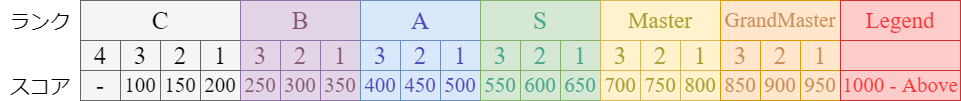
This is Assets/Images/foxtyping_rank.png from WhiteFox-Lugh/FoxTyping, a draw.io export, as it was before one commit. Source tidied: cells renumbered, new cells last; positions are measured from the earlier drawing's top-left corner, leaving out a move shared by most shapes.
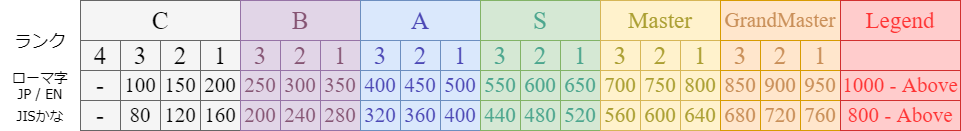
Above is the later version.

Diff of the diagram source:
```diff
@@ -161,10 +161,10 @@
     <mxCell id="54" style="rounded=0;whiteSpace=wrap;html=1;strokeColor=#D13030;fillColor=#FFCCCC;" parent="1" vertex="1">
       <mxGeometry x="840" y="40" width="120" height="30" as="geometry" />
     </mxCell>
-    <mxCell id="55" value="&lt;font style=&quot;font-size: 20px&quot; face=&quot;Tahoma&quot;&gt;ランク&lt;/font&gt;" style="text;html=1;strokeColor=none;fillColor=none;align=center;verticalAlign=middle;whiteSpace=wrap;rounded=0;" parent="1" vertex="1">
-      <mxGeometry y="10" width="80" height="20" as="geometry" />
+    <mxCell id="55" value="&lt;font style=&quot;font-size: 17px&quot; face=&quot;Tahoma&quot;&gt;ランク&lt;/font&gt;" style="text;html=1;strokeColor=none;fillColor=none;align=center;verticalAlign=middle;whiteSpace=wrap;rounded=0;" parent="1" vertex="1">
+      <mxGeometry x="5" y="30" width="70" height="20" as="geometry" />
     </mxCell>
-    <mxCell id="56" value="&lt;font style=&quot;font-size: 20px&quot; face=&quot;Tahoma&quot;&gt;スコア&lt;/font&gt;" style="text;html=1;strokeColor=none;fillColor=none;align=center;verticalAlign=middle;whiteSpace=wrap;rounded=0;" parent="1" vertex="1">
+    <mxCell id="56" value="&lt;font style=&quot;font-size: 14px&quot; face=&quot;Tahoma&quot;&gt;ローマ字&lt;br&gt;JP / EN&lt;br&gt;&lt;/font&gt;" style="text;html=1;strokeColor=none;fillColor=none;align=center;verticalAlign=middle;whiteSpace=wrap;rounded=0;" parent="1" vertex="1">
       <mxGeometry y="75" width="80" height="20" as="geometry" />
     </mxCell>
     <mxCell id="57" style="rounded=0;whiteSpace=wrap;html=1;fillColor=#f5f5f5;strokeColor=#666666;fontColor=#333333;" parent="1" vertex="1">
@@ -287,5 +287,128 @@
     <mxCell id="96" value="&lt;font color=&quot;#ff3333&quot; face=&quot;Times New Roman&quot; style=&quot;font-size: 21px&quot;&gt;1000 - Above&lt;/font&gt;" style="text;html=1;strokeColor=none;fillColor=none;align=center;verticalAlign=middle;whiteSpace=wrap;rounded=0;" parent="1" vertex="1">
       <mxGeometry x="840" y="75" width="120" height="20" as="geometry" />
     </mxCell>
+    <mxCell id="97" value="&lt;font style=&quot;font-size: 14px&quot; face=&quot;Tahoma&quot;&gt;JISかな&lt;br&gt;&lt;/font&gt;" style="text;html=1;strokeColor=none;fillColor=none;align=center;verticalAlign=middle;whiteSpace=wrap;rounded=0;" parent="1" vertex="1">
+      <mxGeometry y="105" width="80" height="20" as="geometry" />
+    </mxCell>
+    <mxCell id="98" style="rounded=0;whiteSpace=wrap;html=1;fillColor=#f5f5f5;strokeColor=#666666;fontColor=#333333;" parent="1" vertex="1">
+      <mxGeometry x="80" y="100" width="40" height="30" as="geometry" />
+    </mxCell>
+    <mxCell id="99" style="rounded=0;whiteSpace=wrap;html=1;fillColor=#f5f5f5;strokeColor=#666666;fontColor=#333333;" parent="1" vertex="1">
+      <mxGeometry x="120" y="100" width="40" height="30" as="geometry" />
+    </mxCell>
+    <mxCell id="100" style="rounded=0;whiteSpace=wrap;html=1;fillColor=#f5f5f5;strokeColor=#666666;fontColor=#333333;" parent="1" vertex="1">
+      <mxGeometry x="160" y="100" width="40" height="30" as="geometry" />
+    </mxCell>
+    <mxCell id="101" style="rounded=0;whiteSpace=wrap;html=1;fillColor=#f5f5f5;strokeColor=#666666;fontColor=#333333;" parent="1" vertex="1">
+      <mxGeometry x="200" y="100" width="40" height="30" as="geometry" />
+    </mxCell>
+    <mxCell id="102" value="&lt;font face=&quot;Times New Roman&quot; style=&quot;font-size: 25px&quot;&gt;-&lt;/font&gt;" style="text;html=1;strokeColor=none;fillColor=none;align=center;verticalAlign=middle;whiteSpace=wrap;rounded=0;" parent="1" vertex="1">
+      <mxGeometry x="80" y="105" width="40" height="20" as="geometry" />
+    </mxCell>
+    <mxCell id="103" value="&lt;font face=&quot;Times New Roman&quot; style=&quot;font-size: 21px&quot;&gt;80&lt;/font&gt;" style="text;html=1;strokeColor=none;fillColor=none;align=center;verticalAlign=middle;whiteSpace=wrap;rounded=0;" parent="1" vertex="1">
+      <mxGeometry x="120" y="105" width="40" height="20" as="geometry" />
+    </mxCell>
+    <mxCell id="104" value="&lt;font face=&quot;Times New Roman&quot; style=&quot;font-size: 21px&quot;&gt;120&lt;/font&gt;" style="text;html=1;strokeColor=none;fillColor=none;align=center;verticalAlign=middle;whiteSpace=wrap;rounded=0;" parent="1" vertex="1">
+      <mxGeometry x="160" y="105" width="40" height="20" as="geometry" />
+    </mxCell>
+    <mxCell id="105" value="&lt;font face=&quot;Times New Roman&quot; style=&quot;font-size: 21px&quot;&gt;160&lt;/font&gt;" style="text;html=1;strokeColor=none;fillColor=none;align=center;verticalAlign=middle;whiteSpace=wrap;rounded=0;" parent="1" vertex="1">
+      <mxGeometry x="200" y="105" width="40" height="20" as="geometry" />
+    </mxCell>
+    <mxCell id="106" style="rounded=0;whiteSpace=wrap;html=1;fillColor=#e1d5e7;strokeColor=#9673a6;" parent="1" vertex="1">
+      <mxGeometry x="240" y="100" width="40" height="30" as="geometry" />
+    </mxCell>
+    <mxCell id="107" value="&lt;font face=&quot;Times New Roman&quot; style=&quot;font-size: 21px&quot; color=&quot;#855473&quot;&gt;200&lt;/font&gt;" style="text;html=1;strokeColor=none;fillColor=none;align=center;verticalAlign=middle;whiteSpace=wrap;rounded=0;" parent="1" vertex="1">
+      <mxGeometry x="240" y="105" width="40" height="20" as="geometry" />
+    </mxCell>
+    <mxCell id="108" style="rounded=0;whiteSpace=wrap;html=1;fillColor=#e1d5e7;strokeColor=#9673a6;" parent="1" vertex="1">
+      <mxGeometry x="280" y="100" width="40" height="30" as="geometry" />
+    </mxCell>
+    <mxCell id="109" value="&lt;font face=&quot;Times New Roman&quot; style=&quot;font-size: 21px&quot; color=&quot;#855473&quot;&gt;240&lt;/font&gt;" style="text;html=1;strokeColor=none;fillColor=none;align=center;verticalAlign=middle;whiteSpace=wrap;rounded=0;" parent="1" vertex="1">
+      <mxGeometry x="280" y="105" width="40" height="20" as="geometry" />
+    </mxCell>
+    <mxCell id="110" style="rounded=0;whiteSpace=wrap;html=1;fillColor=#e1d5e7;strokeColor=#9673a6;" parent="1" vertex="1">
+      <mxGeometry x="320" y="100" width="40" height="30" as="geometry" />
+    </mxCell>
+    <mxCell id="111" value="&lt;font face=&quot;Times New Roman&quot; style=&quot;font-size: 21px&quot; color=&quot;#855473&quot;&gt;280&lt;/font&gt;" style="text;html=1;strokeColor=none;fillColor=none;align=center;verticalAlign=middle;whiteSpace=wrap;rounded=0;" parent="1" vertex="1">
+      <mxGeometry x="320" y="105" width="40" height="20" as="geometry" />
+    </mxCell>
+    <mxCell id="112" style="rounded=0;whiteSpace=wrap;html=1;fillColor=#dae8fc;strokeColor=#6c8ebf;" parent="1" vertex="1">
+      <mxGeometry x="360" y="100" width="40" height="30" as="geometry" />
+    </mxCell>
+    <mxCell id="113" value="&lt;font face=&quot;Times New Roman&quot; style=&quot;font-size: 21px&quot; color=&quot;#4c48b5&quot;&gt;320&lt;/font&gt;" style="text;html=1;strokeColor=none;fillColor=none;align=center;verticalAlign=middle;whiteSpace=wrap;rounded=0;" parent="1" vertex="1">
+      <mxGeometry x="360" y="105" width="40" height="20" as="geometry" />
+    </mxCell>
+    <mxCell id="114" style="rounded=0;whiteSpace=wrap;html=1;fillColor=#dae8fc;strokeColor=#6c8ebf;" parent="1" vertex="1">
+      <mxGeometry x="400" y="100" width="40" height="30" as="geometry" />
+    </mxCell>
+    <mxCell id="115" value="&lt;font color=&quot;#4c48b5&quot; face=&quot;Times New Roman&quot; style=&quot;font-size: 21px&quot;&gt;360&lt;/font&gt;" style="text;html=1;strokeColor=none;fillColor=none;align=center;verticalAlign=middle;whiteSpace=wrap;rounded=0;" parent="1" vertex="1">
+      <mxGeometry x="400" y="105" width="40" height="20" as="geometry" />
+    </mxCell>
+    <mxCell id="116" style="rounded=0;whiteSpace=wrap;html=1;fillColor=#dae8fc;strokeColor=#6c8ebf;" parent="1" vertex="1">
+      <mxGeometry x="440" y="100" width="40" height="30" as="geometry" />
+    </mxCell>
+    <mxCell id="117" value="&lt;font face=&quot;Times New Roman&quot; style=&quot;font-size: 21px&quot; color=&quot;#4c48b5&quot;&gt;400&lt;/font&gt;" style="text;html=1;strokeColor=none;fillColor=none;align=center;verticalAlign=middle;whiteSpace=wrap;rounded=0;" parent="1" vertex="1">
+      <mxGeometry x="440" y="105" width="40" height="20" as="geometry" />
+    </mxCell>
+    <mxCell id="118" style="rounded=0;whiteSpace=wrap;html=1;fillColor=#d5e8d4;strokeColor=#82b366;" parent="1" vertex="1">
+      <mxGeometry x="480" y="100" width="40" height="30" as="geometry" />
+    </mxCell>
+    <mxCell id="119" style="rounded=0;whiteSpace=wrap;html=1;fillColor=#d5e8d4;strokeColor=#82b366;" parent="1" vertex="1">
+      <mxGeometry x="520" y="100" width="40" height="30" as="geometry" />
+    </mxCell>
+    <mxCell id="120" style="rounded=0;whiteSpace=wrap;html=1;fillColor=#d5e8d4;strokeColor=#82b366;" parent="1" vertex="1">
+      <mxGeometry x="560" y="100" width="40" height="30" as="geometry" />
+    </mxCell>
+    <mxCell id="121" style="rounded=0;whiteSpace=wrap;html=1;fillColor=#fff2cc;strokeColor=#d6b656;" parent="1" vertex="1">
+      <mxGeometry x="600" y="100" width="40" height="30" as="geometry" />
+    </mxCell>
+    <mxCell id="122" style="rounded=0;whiteSpace=wrap;html=1;fillColor=#fff2cc;strokeColor=#d6b656;" parent="1" vertex="1">
+      <mxGeometry x="640" y="100" width="40" height="30" as="geometry" />
+    </mxCell>
+    <mxCell id="123" style="rounded=0;whiteSpace=wrap;html=1;fillColor=#fff2cc;strokeColor=#d6b656;" parent="1" vertex="1">
+      <mxGeometry x="680" y="100" width="40" height="30" as="geometry" />
+    </mxCell>
+    <mxCell id="124" style="rounded=0;whiteSpace=wrap;html=1;fillColor=#ffe6cc;strokeColor=#d79b00;" parent="1" vertex="1">
+      <mxGeometry x="720" y="100" width="40" height="30" as="geometry" />
+    </mxCell>
+    <mxCell id="125" style="rounded=0;whiteSpace=wrap;html=1;fillColor=#ffe6cc;strokeColor=#d79b00;" parent="1" vertex="1">
+      <mxGeometry x="760" y="100" width="40" height="30" as="geometry" />
+    </mxCell>
+    <mxCell id="126" style="rounded=0;whiteSpace=wrap;html=1;fillColor=#ffe6cc;strokeColor=#d79b00;" parent="1" vertex="1">
+      <mxGeometry x="800" y="100" width="40" height="30" as="geometry" />
+    </mxCell>
+    <mxCell id="127" value="&lt;font face=&quot;Times New Roman&quot; style=&quot;font-size: 21px&quot; color=&quot;#4ca68e&quot;&gt;440&lt;/font&gt;" style="text;html=1;strokeColor=none;fillColor=none;align=center;verticalAlign=middle;whiteSpace=wrap;rounded=0;" parent="1" vertex="1">
+      <mxGeometry x="480" y="105" width="40" height="20" as="geometry" />
+    </mxCell>
+    <mxCell id="128" value="&lt;font face=&quot;Times New Roman&quot; style=&quot;font-size: 21px&quot; color=&quot;#4ca68e&quot;&gt;480&lt;/font&gt;" style="text;html=1;strokeColor=none;fillColor=none;align=center;verticalAlign=middle;whiteSpace=wrap;rounded=0;" parent="1" vertex="1">
+      <mxGeometry x="520" y="105" width="40" height="20" as="geometry" />
+    </mxCell>
+    <mxCell id="129" value="&lt;font color=&quot;#4ca68e&quot; face=&quot;Times New Roman&quot;&gt;&lt;span style=&quot;font-size: 21px&quot;&gt;520&lt;/span&gt;&lt;/font&gt;" style="text;html=1;strokeColor=none;fillColor=none;align=center;verticalAlign=middle;whiteSpace=wrap;rounded=0;" parent="1" vertex="1">
+      <mxGeometry x="560" y="105" width="40" height="20" as="geometry" />
+    </mxCell>
+    <mxCell id="130" value="&lt;font face=&quot;Times New Roman&quot; style=&quot;font-size: 21px&quot; color=&quot;#ab9f32&quot;&gt;560&lt;/font&gt;" style="text;html=1;strokeColor=none;fillColor=none;align=center;verticalAlign=middle;whiteSpace=wrap;rounded=0;" parent="1" vertex="1">
+      <mxGeometry x="600" y="105" width="40" height="20" as="geometry" />
+    </mxCell>
+    <mxCell id="131" value="&lt;font face=&quot;Times New Roman&quot; style=&quot;font-size: 21px&quot; color=&quot;#ab9f32&quot;&gt;600&lt;/font&gt;" style="text;html=1;strokeColor=none;fillColor=none;align=center;verticalAlign=middle;whiteSpace=wrap;rounded=0;" parent="1" vertex="1">
+      <mxGeometry x="640" y="105" width="40" height="20" as="geometry" />
+    </mxCell>
+    <mxCell id="132" value="&lt;font face=&quot;Times New Roman&quot; style=&quot;font-size: 21px&quot; color=&quot;#ab9f32&quot;&gt;640&lt;/font&gt;" style="text;html=1;strokeColor=none;fillColor=none;align=center;verticalAlign=middle;whiteSpace=wrap;rounded=0;" parent="1" vertex="1">
+      <mxGeometry x="680" y="105" width="40" height="20" as="geometry" />
+    </mxCell>
+    <mxCell id="133" value="&lt;font face=&quot;Times New Roman&quot;&gt;&lt;font color=&quot;#c98f58&quot; style=&quot;font-size: 21px&quot;&gt;680&lt;/font&gt;&lt;br&gt;&lt;/font&gt;" style="text;html=1;strokeColor=none;fillColor=none;align=center;verticalAlign=middle;whiteSpace=wrap;rounded=0;" parent="1" vertex="1">
+      <mxGeometry x="720" y="100" width="40" height="30" as="geometry" />
+    </mxCell>
+    <mxCell id="134" value="&lt;font face=&quot;Times New Roman&quot;&gt;&lt;font color=&quot;#c98f58&quot; style=&quot;font-size: 21px&quot;&gt;720&lt;/font&gt;&lt;br&gt;&lt;/font&gt;" style="text;html=1;strokeColor=none;fillColor=none;align=center;verticalAlign=middle;whiteSpace=wrap;rounded=0;" parent="1" vertex="1">
+      <mxGeometry x="760" y="100" width="40" height="30" as="geometry" />
+    </mxCell>
+    <mxCell id="135" value="&lt;font face=&quot;Times New Roman&quot;&gt;&lt;font color=&quot;#c98f58&quot; style=&quot;font-size: 21px&quot;&gt;760&lt;/font&gt;&lt;br&gt;&lt;/font&gt;" style="text;html=1;strokeColor=none;fillColor=none;align=center;verticalAlign=middle;whiteSpace=wrap;rounded=0;" parent="1" vertex="1">
+      <mxGeometry x="800" y="100" width="40" height="30" as="geometry" />
+    </mxCell>
+    <mxCell id="136" style="rounded=0;whiteSpace=wrap;html=1;strokeColor=#D13030;fillColor=#FFCCCC;" parent="1" vertex="1">
+      <mxGeometry x="840" y="100" width="120" height="30" as="geometry" />
+    </mxCell>
+    <mxCell id="137" value="&lt;font color=&quot;#ff3333&quot; face=&quot;Times New Roman&quot; style=&quot;font-size: 21px&quot;&gt;800 - Above&lt;/font&gt;" style="text;html=1;strokeColor=none;fillColor=none;align=center;verticalAlign=middle;whiteSpace=wrap;rounded=0;" parent="1" vertex="1">
+      <mxGeometry x="840" y="105" width="120" height="20" as="geometry" />
+    </mxCell>
   </root>
 </mxGraphModel>
```
